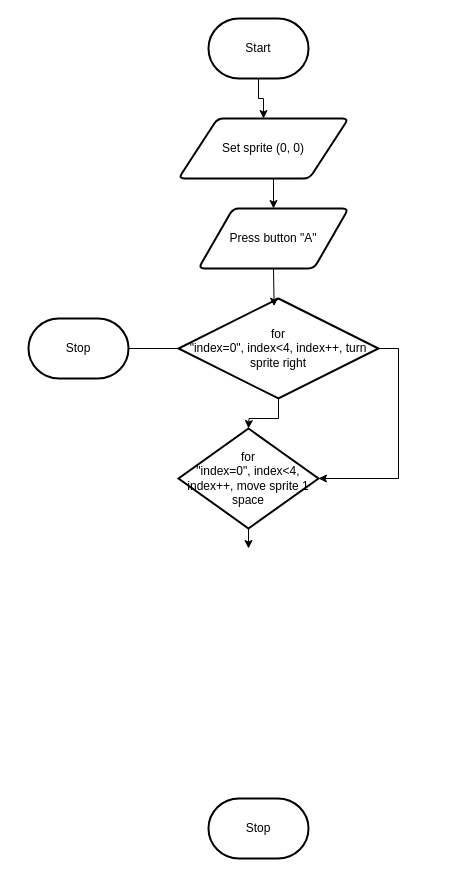
Earlier version of the draw.io diagram design/2-15.drawio (Caleb-Campbell-1/TEJ2O.1-Unit2-14). Source tidied: cells renumbered, new cells numbered last; positions are measured from the earlier drawing's top-left corner, leaving out a move shared by most shapes. Both pictures are drawn from the tidied source at 100%, with x=0, y=0 at pixel (28, 18).
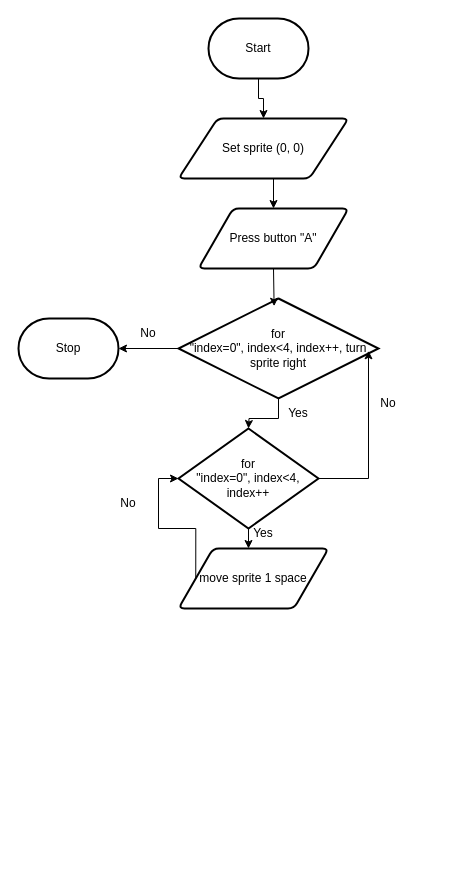
After the change.

The change refers to these unchanged cells:
```xml
<mxCell id="9" value="for&lt;br&gt;&lt;div&gt;&quot;index=0&quot;, index&amp;lt;4, index++, turn sprite right&lt;/div&gt;" style="strokeWidth=2;html=1;shape=mxgraph.flowchart.decision;whiteSpace=wrap;" parent="6" vertex="1">
  <mxGeometry width="200" height="100" as="geometry" />
</mxCell>
<mxCell id="10" style="group;" parent="1" vertex="1">
  <mxGeometry x="150" y="410" width="280" height="100" as="geometry" />
</mxCell>
```

Change to the diagram source:
```diff
@@
-    <mxCell id="4" value="Stop" style="strokeWidth=2;html=1;shape=mxgraph.flowchart.terminator;whiteSpace=wrap;" parent="1" vertex="1">
-      <mxGeometry x="180" y="780" width="100" height="60" as="geometry" />
-    </mxCell>
@@
-    <mxCell id="12" value="for&lt;br&gt;&lt;div&gt;&quot;index=0&quot;, index&amp;lt;4, index++, move sprite 1 space&lt;/div&gt;" style="strokeWidth=2;html=1;shape=mxgraph.flowchart.decision;whiteSpace=wrap;" parent="10" vertex="1">
+    <mxCell id="12" value="for&lt;br&gt;&lt;div&gt;&quot;index=0&quot;, index&amp;lt;4, index++&lt;/div&gt;" style="strokeWidth=2;html=1;shape=mxgraph.flowchart.decision;whiteSpace=wrap;" parent="10" vertex="1">
       <mxGeometry width="140" height="100" as="geometry" />
     </mxCell>
@@
     <mxCell id="16" value="Stop" style="strokeWidth=2;html=1;shape=mxgraph.flowchart.terminator;whiteSpace=wrap;" parent="1" vertex="1">
-      <mxGeometry y="300" width="100" height="60" as="geometry" />
+      <mxGeometry x="-10" y="300" width="100" height="60" as="geometry" />
     </mxCell>
-    <mxCell id="17" style="edgeStyle=orthogonalEdgeStyle;rounded=0;jettySize=auto;html=1;exitX=1;exitY=0.5;exitDx=0;exitDy=0;exitPerimeter=0;entryX=1;entryY=0.5;entryDx=0;entryDy=0;entryPerimeter=0;" parent="1" edge="1" source="9" target="12">
-      <mxGeometry relative="1" as="geometry" />
-    </mxCell>
@@
+    <mxCell id="19" value="Yes" style="text;html=1;whiteSpace=wrap;strokeColor=none;fillColor=none;align=center;verticalAlign=middle;rounded=0;" parent="1" vertex="1">
+      <mxGeometry x="240" y="380" width="60" height="30" as="geometry" />
+    </mxCell>
+    <mxCell id="20" value="No" style="text;html=1;whiteSpace=wrap;strokeColor=none;fillColor=none;align=center;verticalAlign=middle;rounded=0;" parent="1" vertex="1">
+      <mxGeometry x="90" y="300" width="60" height="30" as="geometry" />
+    </mxCell>
+    <mxCell id="21" value="move sprite 1 space" style="shape=parallelogram;html=1;strokeWidth=2;perimeter=parallelogramPerimeter;whiteSpace=wrap;rounded=1;arcSize=12;size=0.23;" parent="1" vertex="1">
+      <mxGeometry x="150" y="530" width="150" height="60" as="geometry" />
+    </mxCell>
+    <mxCell id="22" style="edgeStyle=orthogonalEdgeStyle;rounded=0;jettySize=auto;html=1;exitX=0;exitY=0.5;exitDx=0;exitDy=0;entryX=0;entryY=0.5;entryDx=0;entryDy=0;entryPerimeter=0;" parent="1" edge="1" source="21" target="12">
+      <mxGeometry relative="1" as="geometry" />
+    </mxCell>
+    <mxCell id="23" value="No" style="text;html=1;whiteSpace=wrap;strokeColor=none;fillColor=none;align=center;verticalAlign=middle;rounded=0;" parent="1" vertex="1">
+      <mxGeometry x="70" y="470" width="60" height="30" as="geometry" />
+    </mxCell>
+    <mxCell id="24" value="Yes" style="text;html=1;whiteSpace=wrap;strokeColor=none;fillColor=none;align=center;verticalAlign=middle;rounded=0;" parent="1" vertex="1">
+      <mxGeometry x="205" y="500" width="60" height="30" as="geometry" />
+    </mxCell>
+    <mxCell id="25" style="edgeStyle=orthogonalEdgeStyle;rounded=0;jettySize=auto;html=1;exitX=1;exitY=0.5;exitDx=0;exitDy=0;exitPerimeter=0;entryX=0.95;entryY=0.523;entryDx=0;entryDy=0;entryPerimeter=0;" parent="1" edge="1" source="12" target="9">
+      <mxGeometry relative="1" as="geometry" />
+    </mxCell>
+    <mxCell id="26" value="No" style="text;html=1;whiteSpace=wrap;strokeColor=none;fillColor=none;align=center;verticalAlign=middle;rounded=0;" parent="1" vertex="1">
+      <mxGeometry x="330" y="370" width="60" height="30" as="geometry" />
+    </mxCell>
```
